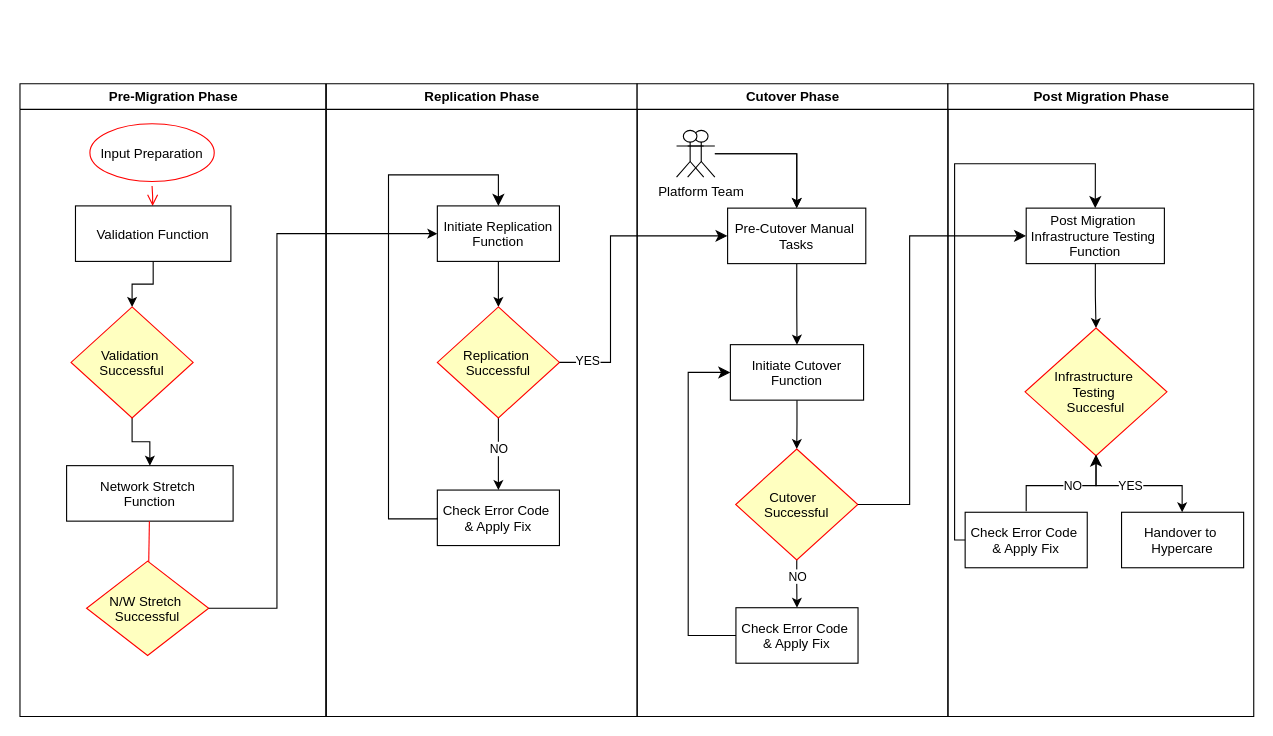
ShoMat9/DrawIO keeps this draw.io diagram as page "Page-1" (1 of 2) of Untitled Diagram.drawio. Above is the earlier version. Source tidied: cells renumbered, new cells numbered last; positions are measured from the earlier drawing's top-left corner, leaving out a move shared by most shapes. Both pictures are drawn from the tidied source at 111%, with x=0, y=0 at pixel (19, 83).
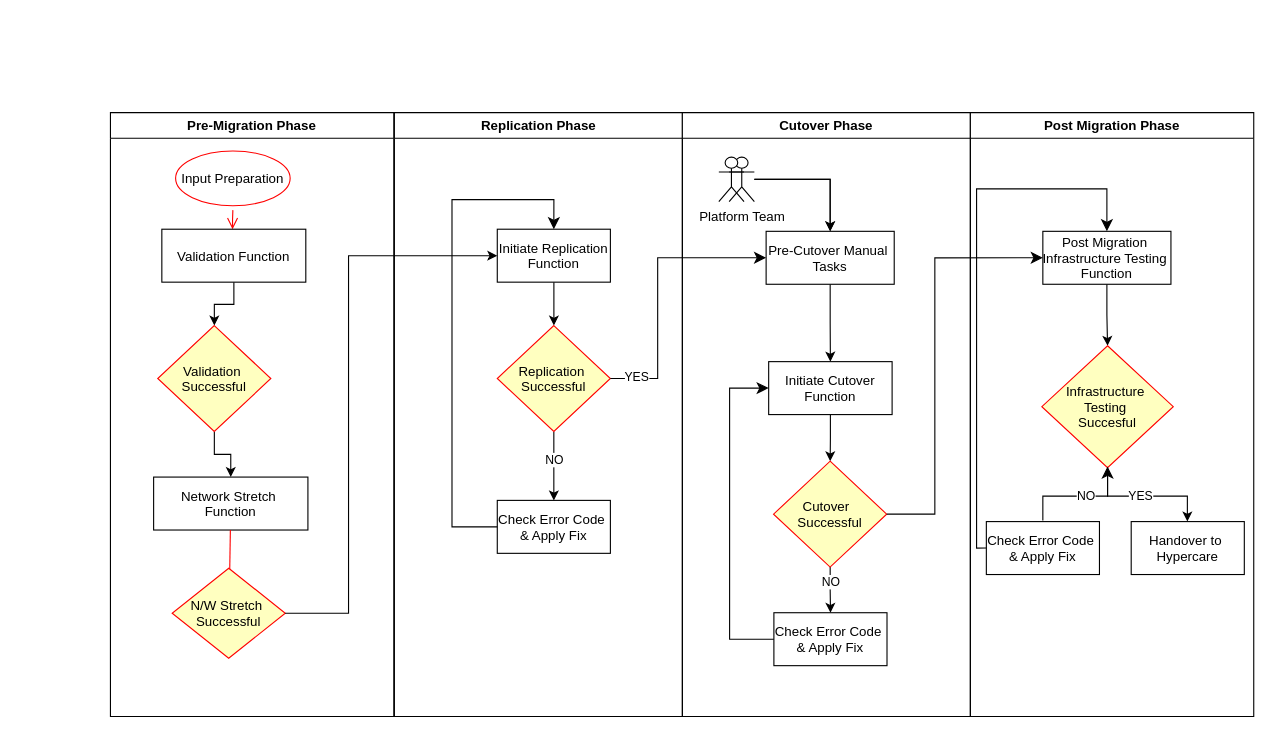
The same diagram, later.

Change to the diagram source:
```diff
@@
+    <mxCell id="49" style="group;" parent="1" vertex="1">
+      <mxGeometry x="82" y="-58" width="1030" height="628" as="geometry" />
+    </mxCell>
-    <mxCell id="2" value="Pre-Migration Phase" style="swimlane;whiteSpace=wrap;fillColor=#FFFFFF;" parent="1" vertex="1">
-      <mxGeometry x="0.5" width="275.5" height="570" as="geometry" />
+    <mxCell id="2" value="Pre-Migration Phase" style="swimlane;whiteSpace=wrap;fillColor=#FFFFFF;" parent="49" vertex="1">
+      <mxGeometry y="84" width="255.3" height="544" as="geometry" />
     </mxCell>
     <mxCell id="3" value="Input Preparation" style="ellipse;shape=startState;fillColor=#FFFFFF;strokeColor=#ff0000;" parent="2" vertex="1">
-      <mxGeometry x="59" y="32" width="120" height="60" as="geometry" />
+      <mxGeometry x="54.7" y="30.5" width="111.2" height="57.3" as="geometry" />
     </mxCell>
     <mxCell id="4" style="edgeStyle=elbowEdgeStyle;elbow=horizontal;verticalAlign=bottom;endArrow=open;endSize=8;strokeColor=#FF0000;endFill=1;rounded=0;" parent="2" edge="1" source="3" target="6">
-      <mxGeometry x="100" y="40" as="geometry" />
+      <mxGeometry x="92.7" y="38.2" as="geometry" />
     </mxCell>
@@
     <mxCell id="6" value="Validation Function" parent="2" vertex="1">
-      <mxGeometry x="50" y="110" width="140" height="50" as="geometry" />
+      <mxGeometry x="46.3" y="105" width="129.7" height="47.7" as="geometry" />
     </mxCell>
     <mxCell id="7" value="Network Stretch &#10;Function" parent="2" vertex="1">
-      <mxGeometry x="42" y="344" width="150" height="50" as="geometry" />
+      <mxGeometry x="38.9" y="328.3" width="139" height="47.7" as="geometry" />
     </mxCell>
     <mxCell id="8" style="endArrow=open;strokeColor=#FF0000;endFill=1;rounded=0;" parent="2" edge="1" source="7">
       <mxGeometry relative="1" as="geometry">
-        <mxPoint x="115" y="492" as="targetPoint" />
+        <mxPoint x="106.6" y="469.6" as="targetPoint" />
       </mxGeometry>
     </mxCell>
@@
     <mxCell id="10" value="Validation &#10;Successful" style="rhombus;fillColor=#ffffc0;strokeColor=#ff0000;" parent="2" vertex="1">
-      <mxGeometry x="46" y="201" width="110" height="100" as="geometry" />
+      <mxGeometry x="42.6" y="191.8" width="101.9" height="95.4" as="geometry" />
     </mxCell>
     <mxCell id="11" value="N/W Stretch &#10;Successful" style="rhombus;fillColor=#ffffc0;strokeColor=#ff0000;" parent="2" vertex="1">
-      <mxGeometry x="60" y="430" width="110" height="85" as="geometry" />
+      <mxGeometry x="55.6" y="410.4" width="101.9" height="81.1" as="geometry" />
     </mxCell>
-    <mxCell id="12" value="Replication Phase" style="swimlane;whiteSpace=wrap;" parent="1" vertex="1">
-      <mxGeometry x="276.5" width="280" height="570" as="geometry" />
+    <mxCell id="12" value="Replication Phase" style="swimlane;whiteSpace=wrap;" parent="49" vertex="1">
+      <mxGeometry x="255.8" y="84" width="259.5" height="544" as="geometry" />
     </mxCell>
@@
     <mxCell id="14" value="Initiate Replication&#10;Function" parent="12" vertex="1">
-      <mxGeometry x="100" y="110" width="110" height="50" as="geometry" />
+      <mxGeometry x="92.7" y="105" width="101.9" height="47.7" as="geometry" />
     </mxCell>
@@
     <mxCell id="17" value="Replication &#10;Successful" style="rhombus;fillColor=#ffffc0;strokeColor=#ff0000;" parent="12" vertex="1">
-      <mxGeometry x="100" y="201" width="110" height="100" as="geometry" />
+      <mxGeometry x="92.7" y="191.8" width="101.9" height="95.4" as="geometry" />
     </mxCell>
     <mxCell id="18" value="Check Error Code &#10;&amp; Apply Fix" parent="12" vertex="1">
-      <mxGeometry x="100" y="366" width="110" height="50" as="geometry" />
+      <mxGeometry x="92.7" y="349.3" width="101.9" height="47.7" as="geometry" />
     </mxCell>
     <mxCell id="19" style="edgeStyle=segmentEdgeStyle;endArrow=classic;html=1;curved=0;rounded=0;endSize=8;startSize=8;entryX=0.5;entryY=0;entryDx=0;entryDy=0;exitX=0;exitY=0.5;exitDx=0;exitDy=0;" parent="12" edge="1" source="18" target="14">
       <mxGeometry relative="1" as="geometry">
         <Array as="points">
-          <mxPoint x="100" y="392" />
-          <mxPoint x="56" y="392" />
-          <mxPoint x="56" y="82" />
-          <mxPoint x="155" y="82" />
+          <mxPoint x="92.7" y="374.1" />
+          <mxPoint x="51.9" y="374.1" />
+          <mxPoint x="51.9" y="78.3" />
+          <mxPoint x="143.6" y="78.3" />
         </Array>
       </mxGeometry>
     </mxCell>
-    <mxCell id="20" value="Cutover Phase" style="swimlane;whiteSpace=wrap;" parent="1" vertex="1">
-      <mxGeometry x="556.5" width="280" height="570" as="geometry" />
+    <mxCell id="20" value="Cutover Phase" style="swimlane;whiteSpace=wrap;" parent="49" vertex="1">
+      <mxGeometry x="515.2" y="84" width="259.5" height="544" as="geometry" />
     </mxCell>
@@
     <mxCell id="22" value="Pre-Cutover Manual &#10;Tasks" parent="20" vertex="1">
-      <mxGeometry x="81.5" y="112" width="124.5" height="50" as="geometry" />
+      <mxGeometry x="75.5" y="106.9" width="115.4" height="47.7" as="geometry" />
     </mxCell>
@@
     <mxCell id="24" value="Initiate Cutover&#10;Function" parent="20" vertex="1">
-      <mxGeometry x="84" y="235" width="120" height="50" as="geometry" />
+      <mxGeometry x="77.8" y="224.3" width="111.2" height="47.7" as="geometry" />
     </mxCell>
@@
     <mxCell id="27" value="Cutover  &#10;Successful" style="rhombus;fillColor=#ffffc0;strokeColor=#ff0000;" parent="20" vertex="1">
-      <mxGeometry x="88.8" y="329" width="110" height="100" as="geometry" />
+      <mxGeometry x="82.2" y="314" width="101.9" height="95.4" as="geometry" />
     </mxCell>
     <mxCell id="28" value="Check Error Code &#10;&amp; Apply Fix" parent="20" vertex="1">
-      <mxGeometry x="89" y="472" width="110" height="50" as="geometry" />
+      <mxGeometry x="82.5" y="450.5" width="101.9" height="47.7" as="geometry" />
     </mxCell>
     <mxCell id="29" style="edgeStyle=segmentEdgeStyle;endArrow=classic;html=1;curved=0;rounded=0;endSize=8;startSize=8;exitX=0;exitY=0.5;exitDx=0;exitDy=0;entryX=0;entryY=0.5;entryDx=0;entryDy=0;" parent="20" edge="1" source="28" target="24">
       <mxGeometry relative="1" as="geometry">
         <Array as="points">
-          <mxPoint x="46" y="497" />
-          <mxPoint x="46" y="260" />
+          <mxPoint x="42.6" y="474.3" />
+          <mxPoint x="42.6" y="248.1" />
         </Array>
       </mxGeometry>
     </mxCell>
@@
     <mxCell id="32" value="Platform Team" style="shape=umlActor;verticalLabelPosition=bottom;verticalAlign=top;html=1;outlineConnect=0;" parent="20" vertex="1">
-      <mxGeometry x="45.5" y="42" width="24.5" height="42" as="geometry" />
+      <mxGeometry x="42.2" y="40.1" width="22.7" height="40.1" as="geometry" />
     </mxCell>
     <mxCell id="33" style="shape=umlActor;verticalLabelPosition=bottom;verticalAlign=top;html=1;" parent="20" vertex="1">
-      <mxGeometry x="35.5" y="42" width="24.5" height="42" as="geometry" />
+      <mxGeometry x="32.9" y="40.1" width="22.7" height="40.1" as="geometry" />
     </mxCell>
-    <mxCell id="34" value="Post Migration Phase" style="swimlane;whiteSpace=wrap;" parent="1" vertex="1">
-      <mxGeometry x="836.5" width="275.5" height="570" as="geometry" />
+    <mxCell id="34" value="Post Migration Phase" style="swimlane;whiteSpace=wrap;" parent="49" vertex="1">
+      <mxGeometry x="774.7" y="84" width="255.3" height="544" as="geometry" />
     </mxCell>
@@
     <mxCell id="36" value="Post Migration &#10;Infrastructure Testing &#10;Function" parent="34" vertex="1">
-      <mxGeometry x="70.5" y="112" width="124.5" height="50" as="geometry" />
+      <mxGeometry x="65.3" y="106.9" width="115.4" height="47.7" as="geometry" />
     </mxCell>
     <mxCell id="37" style="edgeStyle=orthogonalEdgeStyle;rounded=0;jettySize=auto;html=1;" parent="34" edge="1" source="39" target="40">
       <mxGeometry relative="1" as="geometry">
         <Array as="points">
-          <mxPoint x="133" y="362" />
-          <mxPoint x="211" y="362" />
+          <mxPoint x="123.2" y="345.5" />
+          <mxPoint x="195.5" y="345.5" />
         </Array>
       </mxGeometry>
     </mxCell>
@@
     <mxCell id="39" value="Infrastructure &#10;Testing &#10;Succesful" style="rhombus;fillColor=#ffffc0;strokeColor=#ff0000;" parent="34" vertex="1">
-      <mxGeometry x="69.5" y="220" width="127.8" height="115" as="geometry" />
+      <mxGeometry x="64.4" y="210" width="118.4" height="109.8" as="geometry" />
     </mxCell>
     <mxCell id="40" value="Handover to &#10;Hypercare" parent="34" vertex="1">
-      <mxGeometry x="156.4" y="386" width="110" height="50" as="geometry" />
+      <mxGeometry x="144.9" y="368.4" width="101.9" height="47.7" as="geometry" />
     </mxCell>
     <mxCell id="41" value="Check Error Code &#10;&amp; Apply Fix" parent="34" vertex="1">
-      <mxGeometry x="15.5" y="386" width="110" height="50" as="geometry" />
+      <mxGeometry x="14.4" y="368.4" width="101.9" height="47.7" as="geometry" />
     </mxCell>
     <mxCell id="42" style="edgeStyle=segmentEdgeStyle;endArrow=classic;html=1;curved=0;rounded=0;endSize=8;startSize=8;exitX=0.5;exitY=1;exitDx=0;exitDy=0;entryX=0.5;entryY=0;entryDx=0;entryDy=0;" parent="34" edge="1">
       <mxGeometry relative="1" as="geometry">
-        <mxPoint x="70.5" y="385" as="sourcePoint" />
-        <mxPoint x="133.4" y="334" as="targetPoint" />
+        <mxPoint x="65.3" y="367.4" as="sourcePoint" />
+        <mxPoint x="123.6" y="318.8" as="targetPoint" />
         <Array as="points">
-          <mxPoint x="71" y="362" />
-          <mxPoint x="133" y="362" />
+          <mxPoint x="65.8" y="345.5" />
+          <mxPoint x="123.2" y="345.5" />
         </Array>
       </mxGeometry>
     </mxCell>
@@
     <mxCell id="44" style="edgeStyle=segmentEdgeStyle;endArrow=classic;html=1;curved=0;rounded=0;endSize=8;startSize=8;entryX=0.5;entryY=0;entryDx=0;entryDy=0;exitX=0;exitY=0.5;exitDx=0;exitDy=0;" parent="34" edge="1" source="41" target="36">
       <mxGeometry relative="1" as="geometry">
         <Array as="points">
-          <mxPoint x="6" y="411" />
-          <mxPoint x="6" y="72" />
-          <mxPoint x="133" y="72" />
+          <mxPoint x="5.6" y="392.3" />
+          <mxPoint x="5.6" y="68.7" />
+          <mxPoint x="123.2" y="68.7" />
         </Array>
       </mxGeometry>
     </mxCell>
-    <mxCell id="45" style="edgeStyle=orthogonalEdgeStyle;rounded=0;jettySize=auto;html=1;entryX=0;entryY=0.5;entryDx=0;entryDy=0;" parent="1" edge="1" source="11" target="14">
+    <mxCell id="45" style="edgeStyle=orthogonalEdgeStyle;rounded=0;jettySize=auto;html=1;entryX=0;entryY=0.5;entryDx=0;entryDy=0;" parent="49" edge="1" source="11" target="14">
       <mxGeometry relative="1" as="geometry">
         <Array as="points">
-          <mxPoint x="232" y="473" />
-          <mxPoint x="232" y="135" />
+          <mxPoint x="214.5" y="535.4" />
+          <mxPoint x="214.5" y="212.8" />
         </Array>
       </mxGeometry>
     </mxCell>
-    <mxCell id="46" style="edgeStyle=segmentEdgeStyle;endArrow=classic;html=1;curved=0;rounded=0;endSize=8;startSize=8;entryX=0;entryY=0.5;entryDx=0;entryDy=0;exitX=1;exitY=0.5;exitDx=0;exitDy=0;" parent="1" edge="1" source="27" target="36">
+    <mxCell id="46" style="edgeStyle=segmentEdgeStyle;endArrow=classic;html=1;curved=0;rounded=0;endSize=8;startSize=8;entryX=0;entryY=0.5;entryDx=0;entryDy=0;exitX=1;exitY=0.5;exitDx=0;exitDy=0;" parent="49" edge="1" source="27" target="36">
       <mxGeometry relative="1" as="geometry">
         <Array as="points">
-          <mxPoint x="802" y="379" />
-          <mxPoint x="802" y="137" />
+          <mxPoint x="742.7" y="445.7" />
+          <mxPoint x="742.7" y="214.7" />
         </Array>
       </mxGeometry>
     </mxCell>
-    <mxCell id="47" style="edgeStyle=elbowEdgeStyle;elbow=horizontal;endArrow=classic;html=1;curved=0;rounded=0;endSize=8;startSize=8;entryX=0;entryY=0.5;entryDx=0;entryDy=0;exitX=1;exitY=0.5;exitDx=0;exitDy=0;" parent="1" edge="1" source="17" target="22">
+    <mxCell id="47" style="edgeStyle=elbowEdgeStyle;elbow=horizontal;endArrow=classic;html=1;curved=0;rounded=0;endSize=8;startSize=8;entryX=0;entryY=0.5;entryDx=0;entryDy=0;exitX=1;exitY=0.5;exitDx=0;exitDy=0;" parent="49" edge="1" source="17" target="22">
       <mxGeometry relative="1" as="geometry">
         <Array as="points">
-          <mxPoint x="532.5" y="202" />
+          <mxPoint x="493" y="276.8" />
         </Array>
       </mxGeometry>
     </mxCell>
```
